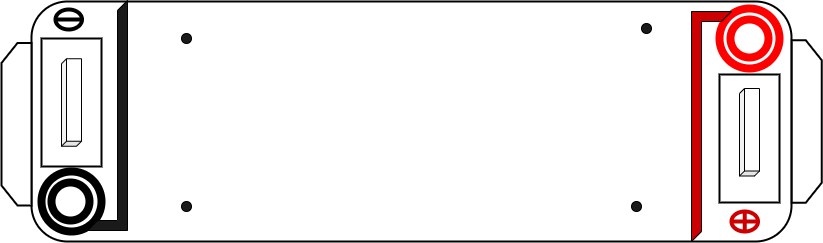
Earlier version of the draw.io export experiment/simulation/images/case.png (virtual-labs/exp-dna-agarose-gel-electrophoresis-iitkgp). Source tidied: cells renumbered, new cells last; positions are measured from the earlier drawing's top-left corner, leaving out a move shared by most shapes.
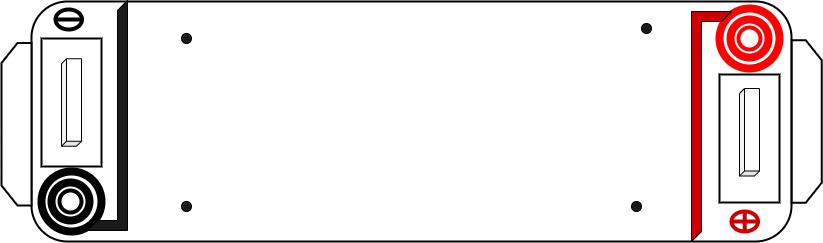
After the commit.

The edit, as a diff of the source:
```diff
@@ -59,5 +59,11 @@
     <mxCell id="20" style="shape=lineEllipse;perimeter=ellipsePerimeter;whiteSpace=wrap;html=1;backgroundOutline=1;strokeWidth=4;" parent="1" vertex="1">
       <mxGeometry x="120" y="9" width="26.5" height="20" as="geometry" />
     </mxCell>
+    <mxCell id="21" style="ellipse;whiteSpace=wrap;html=1;strokeColor=#FF0000;strokeWidth=4;" parent="1" vertex="1">
+      <mxGeometry x="803" y="27" width="22" height="22" as="geometry" />
+    </mxCell>
+    <mxCell id="22" style="ellipse;whiteSpace=wrap;html=1;strokeWidth=4;" parent="1" vertex="1">
+      <mxGeometry x="124" y="190" width="22" height="22" as="geometry" />
+    </mxCell>
   </root>
 </mxGraphModel>
```
